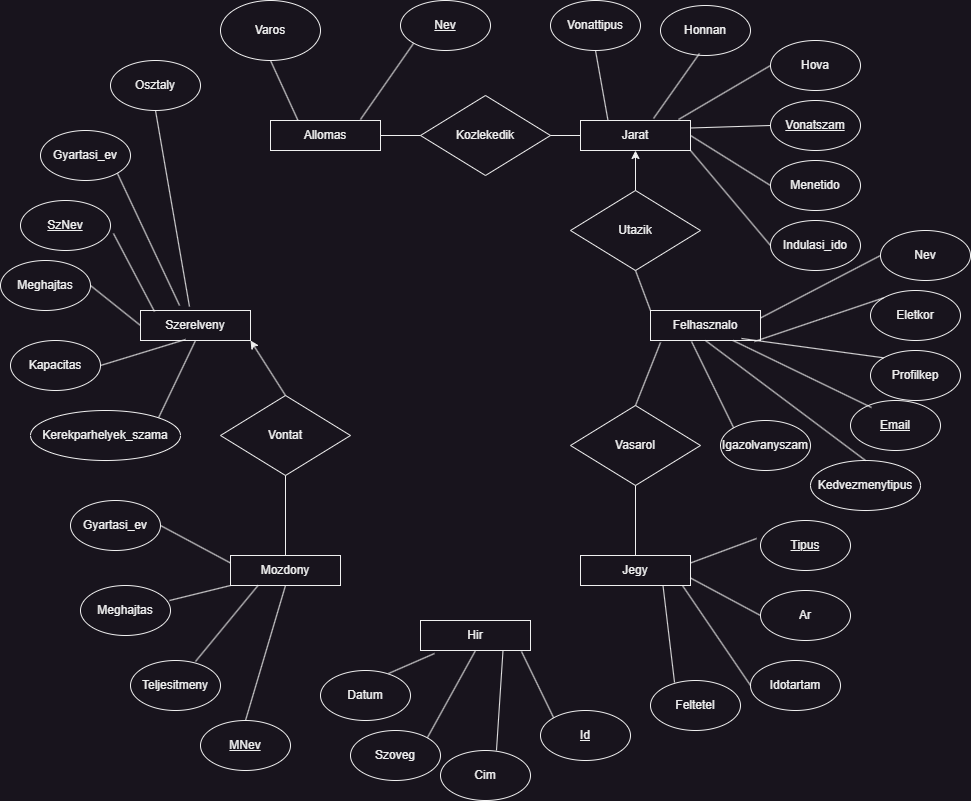
The draw.io diagram Doksi képek és modellek/Vasut EK.drawio.png in sanyopapa/adatb_alapu, before a commit. Source tidied: cells renumbered, new cells last; positions are measured from the earlier drawing's top-left corner, leaving out a move shared by most shapes.
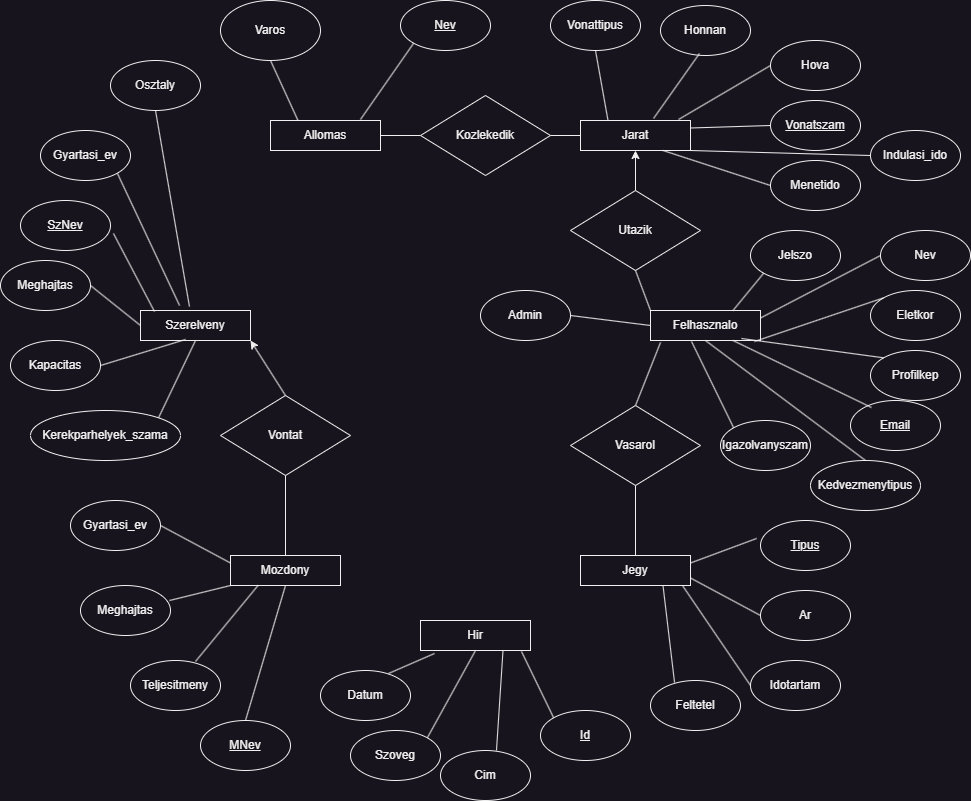
After the commit.

The edit, as a diff of the source:
```diff
@@ -30,7 +30,7 @@
       <mxGeometry x="770" y="100" width="90" height="50" as="geometry" />
     </mxCell>
     <mxCell id="11" value="Indulasi_ido" style="ellipse;whiteSpace=wrap;html=1;fontStyle=0;" parent="1" vertex="1">
-      <mxGeometry x="770" y="220" width="90" height="50" as="geometry" />
+      <mxGeometry x="870" y="130" width="90" height="50" as="geometry" />
     </mxCell>
     <mxCell id="12" value="Menetido" style="ellipse;whiteSpace=wrap;html=1;" parent="1" vertex="1">
       <mxGeometry x="770" y="160" width="90" height="50" as="geometry" />
@@ -50,7 +50,7 @@
     <mxCell id="17" style="endArrow=none;html=1;rounded=0;entryX=0;entryY=0.5;entryDx=0;entryDy=0;exitX=1;exitY=0.25;exitDx=0;exitDy=0;" parent="1" edge="1" source="7" target="10">
       <mxGeometry relative="1" as="geometry" />
     </mxCell>
-    <mxCell id="18" style="endArrow=none;html=1;rounded=0;entryX=0;entryY=0.5;entryDx=0;entryDy=0;exitX=1;exitY=0.5;exitDx=0;exitDy=0;" parent="1" edge="1" source="7" target="12">
+    <mxCell id="18" style="endArrow=none;html=1;rounded=0;entryX=0;entryY=0.5;entryDx=0;entryDy=0;exitX=0.75;exitY=1;exitDx=0;exitDy=0;" parent="1" edge="1" source="7" target="12">
       <mxGeometry relative="1" as="geometry" />
     </mxCell>
     <mxCell id="19" style="endArrow=none;html=1;rounded=0;entryX=0;entryY=0.5;entryDx=0;entryDy=0;exitX=1;exitY=1;exitDx=0;exitDy=0;" parent="1" edge="1" source="7" target="11">
@@ -251,5 +251,17 @@
     <mxCell id="84" style="endArrow=classic;html=1;rounded=0;entryX=1;entryY=1;entryDx=0;entryDy=0;exitX=0.5;exitY=0;exitDx=0;exitDy=0;" parent="1" edge="1" source="82" target="60">
       <mxGeometry relative="1" as="geometry" />
     </mxCell>
+    <mxCell id="85" value="Jelszo" style="ellipse;whiteSpace=wrap;html=1;" parent="1" vertex="1">
+      <mxGeometry x="750" y="230" width="90" height="50" as="geometry" />
+    </mxCell>
+    <mxCell id="86" style="endArrow=none;html=1;rounded=0;entryX=0;entryY=1;entryDx=0;entryDy=0;exitX=0.75;exitY=0;exitDx=0;exitDy=0;" parent="1" edge="1" source="20" target="85">
+      <mxGeometry relative="1" as="geometry" />
+    </mxCell>
+    <mxCell id="87" value="Admin" style="ellipse;whiteSpace=wrap;html=1;" parent="1" vertex="1">
+      <mxGeometry x="480" y="290" width="90" height="50" as="geometry" />
+    </mxCell>
+    <mxCell id="88" style="endArrow=none;html=1;rounded=0;entryX=1;entryY=0.5;entryDx=0;entryDy=0;exitX=0;exitY=0.5;exitDx=0;exitDy=0;" parent="1" edge="1" source="20" target="87">
+      <mxGeometry relative="1" as="geometry" />
+    </mxCell>
   </root>
 </mxGraphModel>
```
